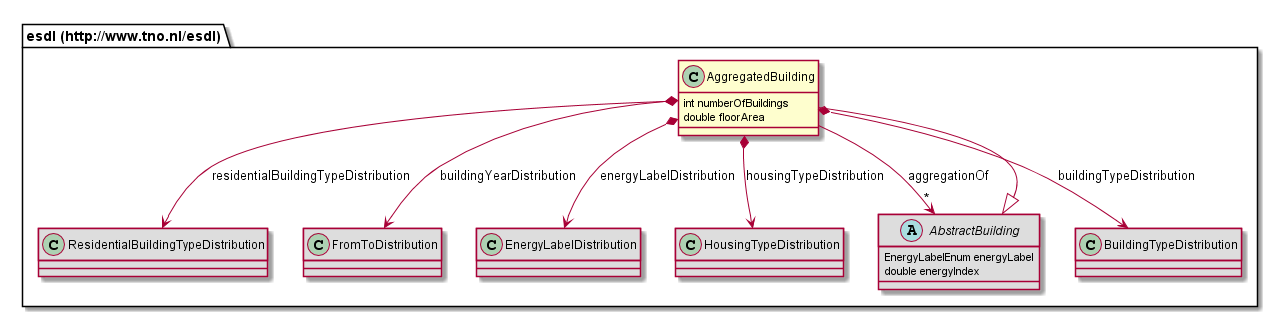
Before: 687474703a2f2f7777772e746e6f2e6e6c2f6573646c/AggregatedBuilding.png, a diagram exported from PlantUML (EnergyTransition/energytransition.github.io).
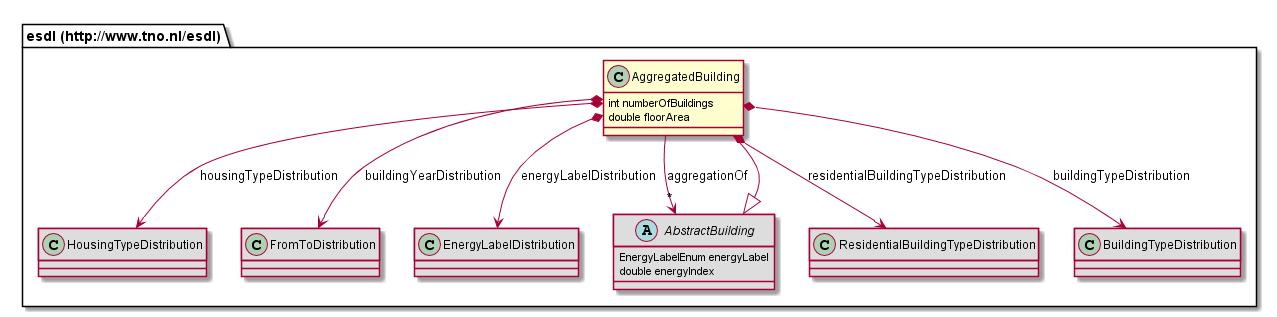
The same file after the commit.

The edit, as a diff of the source:
```diff
@@ -3,19 +3,19 @@
 	int numberOfBuildings
 	double floorArea
 }
-class "esdl (http://www.tno.nl/esdl).ResidentialBuildingTypeDistribution" [[#router/doc-content/687474703a2f2f7777772e746e6f2e6e6c2f6573646c/ResidentialBuildingTypeDistribution.html]] #DDDDDD {
+class "esdl (http://www.tno.nl/esdl).HousingTypeDistribution" [[#router/doc-content/687474703a2f2f7777772e746e6f2e6e6c2f6573646c/HousingTypeDistribution.html{Specifies the way the housing type is distributed in this area (e.g. Owner occupied, Housing Association, Private Rental), specifing the percentage of buildings per housing type.}]] #DDDDDD {
 }
 class "esdl (http://www.tno.nl/esdl).FromToDistribution" [[#router/doc-content/687474703a2f2f7777772e746e6f2e6e6c2f6573646c/FromToDistribution.html{Defines a distribution in terms of ?from? and ?to?}]] #DDDDDD {
-}
-class "esdl (http://www.tno.nl/esdl).EnergyLabelDistribution" [[#router/doc-content/687474703a2f2f7777772e746e6f2e6e6c2f6573646c/EnergyLabelDistribution.html{Defines a distribution in terms of energy labels}]] #DDDDDD {
 }
 abstract class "esdl (http://www.tno.nl/esdl).AbstractBuilding" [[#router/doc-content/687474703a2f2f7777772e746e6f2e6e6c2f6573646c/AbstractBuilding.html{Describes the shared properties of building, building unit and aggregated building}]] #DDDDDD {
 	EnergyLabelEnum energyLabel
 	double energyIndex
 }
-class "esdl (http://www.tno.nl/esdl).HousingTypeDistribution" [[#router/doc-content/687474703a2f2f7777772e746e6f2e6e6c2f6573646c/HousingTypeDistribution.html]] #DDDDDD {
+class "esdl (http://www.tno.nl/esdl).EnergyLabelDistribution" [[#router/doc-content/687474703a2f2f7777772e746e6f2e6e6c2f6573646c/EnergyLabelDistribution.html{Defines a distribution in terms of energy labels}]] #DDDDDD {
 }
-class "esdl (http://www.tno.nl/esdl).BuildingTypeDistribution" [[#router/doc-content/687474703a2f2f7777772e746e6f2e6e6c2f6573646c/BuildingTypeDistribution.html]] #DDDDDD {
+class "esdl (http://www.tno.nl/esdl).ResidentialBuildingTypeDistribution" [[#router/doc-content/687474703a2f2f7777772e746e6f2e6e6c2f6573646c/ResidentialBuildingTypeDistribution.html{Specifies the way the residential building type is distributed in this area (e.g. Vrijstaande Woning, Hoekwoning, Flatwoning), specifing the percentage of buildings per residential type.}]] #DDDDDD {
+}
+class "esdl (http://www.tno.nl/esdl).BuildingTypeDistribution" [[#router/doc-content/687474703a2f2f7777772e746e6f2e6e6c2f6573646c/BuildingTypeDistribution.html{Specifies the way the building type is distributed in this area (e.g. Utility, Residential), specifing the percentage of buildings per type.}]] #DDDDDD {
 }
 "esdl (http://www.tno.nl/esdl).AbstractBuilding" <|-- "esdl (http://www.tno.nl/esdl).AggregatedBuilding"
 "esdl (http://www.tno.nl/esdl).AggregatedBuilding" --> "*" "esdl (http://www.tno.nl/esdl).AbstractBuilding" : aggregationOf
```
